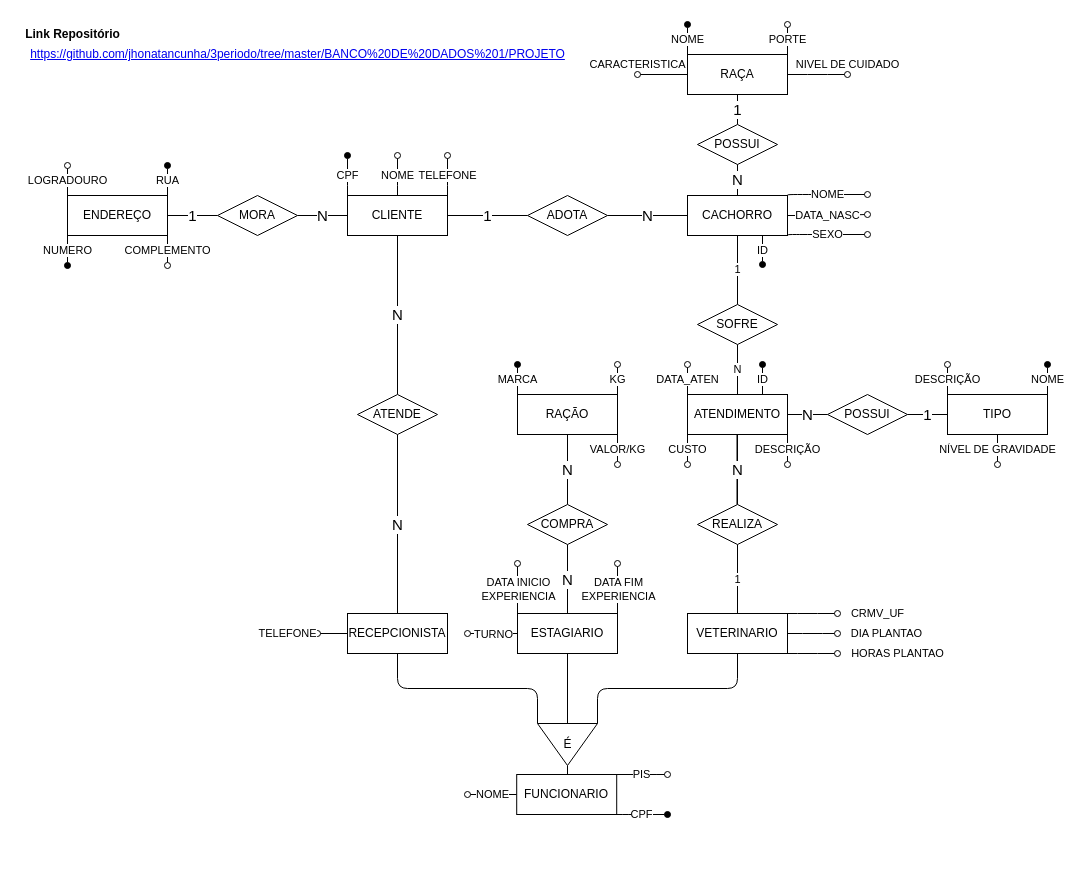
The draw.io diagram BANCO DE DADOS 1/PROJETO/PARTE 1/SISTEMA DE ADOÇÃO DE CACHORRO.drawio in jhonatancunha/3periodo, before the edit. Source tidied: cells renumbered, new cells numbered last; positions are measured from the earlier drawing's top-left corner, leaving out a move shared by most shapes. Both pictures are drawn from the tidied source at 100%, with x=0, y=0 at pixel (17, 24).
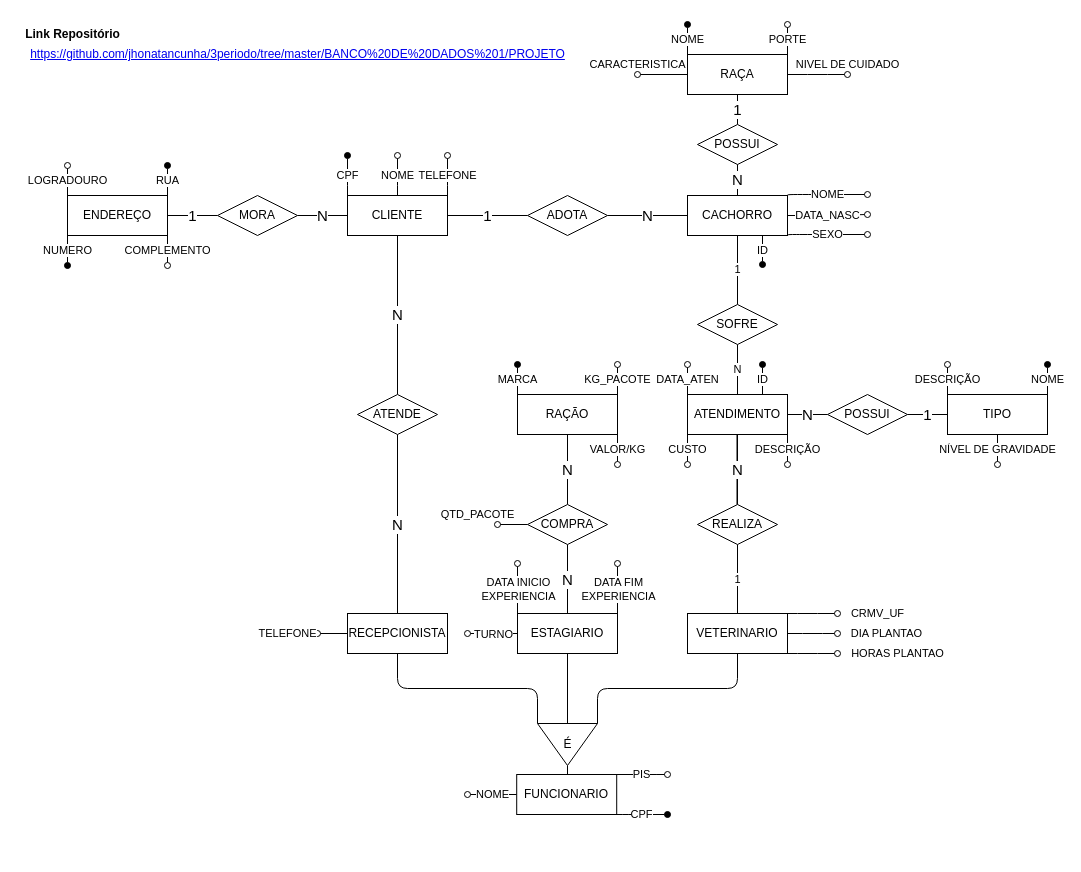
Above is the later version.

The change refers to these unchanged cells:
```xml
<mxCell id="29" value="RAÇÃO" style="whiteSpace=wrap;html=1;align=center;" parent="1" vertex="1">
  <mxGeometry x="500" y="370" width="100" height="40" as="geometry" />
</mxCell>
<mxCell id="41" value="COMPRA" style="shape=rhombus;perimeter=rhombusPerimeter;whiteSpace=wrap;html=1;align=center;" parent="1" vertex="1">
  <mxGeometry x="510" y="480" width="80" height="40" as="geometry" />
</mxCell>
```

The edit, as a diff of the source:
```diff
@@
-    <mxCell id="27" value="KG" style="edgeStyle=orthogonalEdgeStyle;jettySize=auto;html=1;exitX=1;exitY=0;exitDx=0;exitDy=0;endArrow=oval;endFill=0;" parent="1" edge="1" source="29">
+    <mxCell id="27" value="KG_PACOTE" style="edgeStyle=orthogonalEdgeStyle;jettySize=auto;html=1;exitX=1;exitY=0;exitDx=0;exitDy=0;endArrow=oval;endFill=0;" parent="1" edge="1" source="29">
       <mxGeometry relative="1" as="geometry">
         <mxPoint x="600" y="340" as="targetPoint" />
       </mxGeometry>
     </mxCell>
@@
+    <mxCell id="87" value="QTD_PACOTE" style="edgeStyle=orthogonalEdgeStyle;rounded=0;jettySize=auto;html=1;exitX=0;exitY=0.5;exitDx=0;exitDy=0;endArrow=oval;endFill=0;" parent="1" edge="1" source="41">
+      <mxGeometry x="1" y="-22" relative="1" as="geometry">
+        <mxPoint x="480" y="500" as="targetPoint" />
+        <mxPoint x="-20" y="12" as="offset" />
+      </mxGeometry>
+    </mxCell>
```
